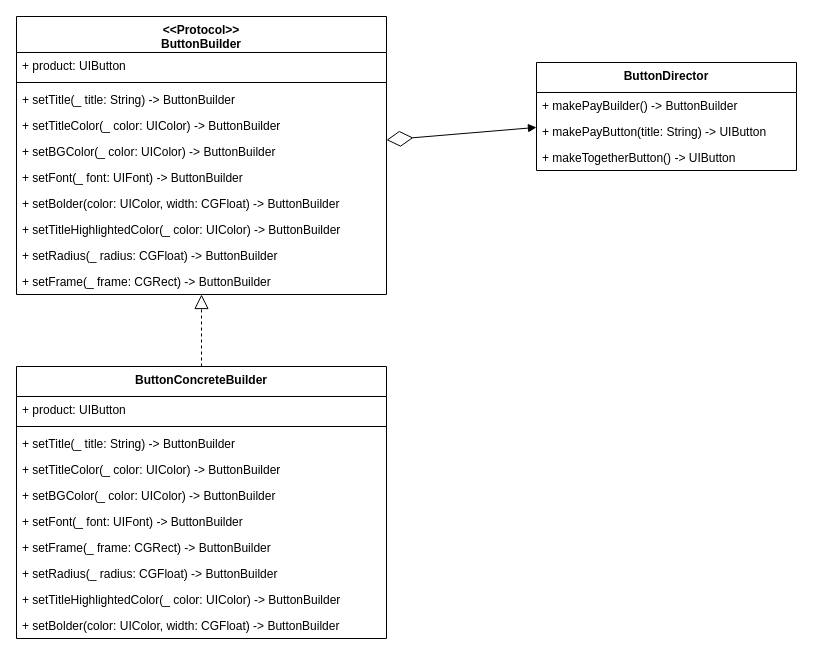
This is Drawio/Builder.drawio from JiSeobKim/DesignPattern, a draw.io file, before an edit. Source tidied: cells renumbered, new cells numbered last; positions are measured from the earlier drawing's top-left corner, leaving out a move shared by most shapes. Both pictures are drawn from the tidied source at 100%, with x=0, y=0 at pixel (16, 16).
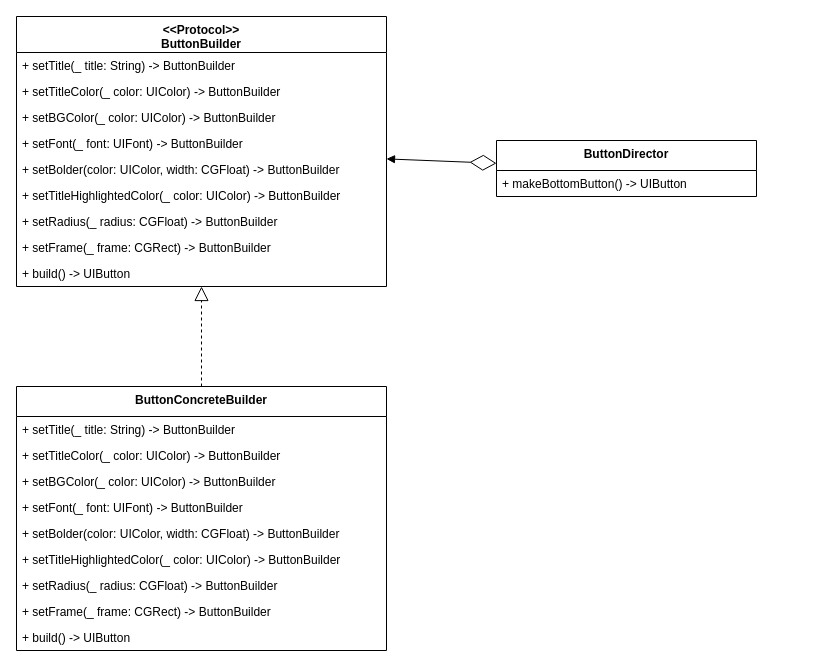
Above is the later version.

Commit message (it also covers changes not shown here):
Builder 프로젝트 수정(포스팅용)

The edit, as a diff of the source:
```diff
@@
-    <mxCell id="3" style="endArrow=diamondThin;endFill=0;endSize=24;html=1;startArrow=block;startFill=1;" parent="1" edge="1" source="4" target="19">
+    <mxCell id="3" style="endArrow=diamondThin;endFill=0;endSize=24;html=1;startArrow=block;startFill=1;" parent="1" edge="1" source="19" target="4">
       <mxGeometry relative="1" as="geometry" />
     </mxCell>
-    <mxCell id="4" value="ButtonDirector" style="swimlane;fontStyle=1;align=center;verticalAlign=top;horizontal=1;startSize=30;" parent="1" vertex="1">
-      <mxGeometry x="520" y="46" width="260" height="108" as="geometry" />
-    </mxCell>
-    <mxCell id="5" value="+ makePayBuilder() -&gt; ButtonBuilder" style="text;strokeColor=none;fillColor=none;align=left;verticalAlign=top;spacingLeft=4;spacingRight=4;overflow=hidden;" parent="4" vertex="1">
-      <mxGeometry y="30" width="260" height="26" as="geometry" />
-    </mxCell>
-    <mxCell id="6" value="+ makePayButton(title: String) -&gt; UIButton" style="text;strokeColor=none;fillColor=none;align=left;verticalAlign=top;spacingLeft=4;spacingRight=4;overflow=hidden;" parent="4" vertex="1">
-      <mxGeometry y="56" width="260" height="26" as="geometry" />
-    </mxCell>
-    <mxCell id="7" value="+ makeTogetherButton() -&gt; UIButton" style="text;strokeColor=none;fillColor=none;align=left;verticalAlign=top;spacingLeft=4;spacingRight=4;overflow=hidden;" parent="4" vertex="1">
-      <mxGeometry y="82" width="260" height="26" as="geometry" />
-    </mxCell>
-    <mxCell id="8" value="ButtonConcreteBuilder" style="swimlane;fontStyle=1;align=center;verticalAlign=top;horizontal=1;startSize=30;" parent="1" vertex="1">
-      <mxGeometry y="350" width="370" height="272" as="geometry" />
-    </mxCell>
-    <mxCell id="9" value="+ product: UIButton" style="text;strokeColor=none;fillColor=none;align=left;verticalAlign=top;spacingLeft=4;spacingRight=4;overflow=hidden;" parent="8" vertex="1">
-      <mxGeometry y="30" width="370" height="26" as="geometry" />
-    </mxCell>
-    <mxCell id="10" style="line;strokeWidth=1;fillColor=none;align=left;verticalAlign=middle;spacingTop=-1;spacingLeft=3;spacingRight=3;labelPosition=right;" parent="8" vertex="1">
-      <mxGeometry y="56" width="370" height="8" as="geometry" />
-    </mxCell>
-    <mxCell id="11" value="+ setTitle(_ title: String) -&gt; ButtonBuilder" style="text;strokeColor=none;fillColor=none;align=left;verticalAlign=top;spacingLeft=4;spacingRight=4;overflow=hidden;" parent="8" vertex="1">
-      <mxGeometry y="64" width="370" height="26" as="geometry" />
-    </mxCell>
-    <mxCell id="12" value="+ setTitleColor(_ color: UIColor) -&gt; ButtonBuilder" style="text;strokeColor=none;fillColor=none;align=left;verticalAlign=top;spacingLeft=4;spacingRight=4;overflow=hidden;" parent="8" vertex="1">
-      <mxGeometry y="90" width="370" height="26" as="geometry" />
-    </mxCell>
-    <mxCell id="13" value="+ setBGColor(_ color: UIColor) -&gt; ButtonBuilder" style="text;strokeColor=none;fillColor=none;align=left;verticalAlign=top;spacingLeft=4;spacingRight=4;overflow=hidden;" parent="8" vertex="1">
-      <mxGeometry y="116" width="370" height="26" as="geometry" />
-    </mxCell>
-    <mxCell id="14" value="+ setFont(_ font: UIFont) -&gt; ButtonBuilder" style="text;strokeColor=none;fillColor=none;align=left;verticalAlign=top;spacingLeft=4;spacingRight=4;overflow=hidden;" parent="8" vertex="1">
-      <mxGeometry y="142" width="370" height="26" as="geometry" />
-    </mxCell>
-    <mxCell id="15" value="+ setFrame(_ frame: CGRect) -&gt; ButtonBuilder" style="text;strokeColor=none;fillColor=none;align=left;verticalAlign=top;spacingLeft=4;spacingRight=4;overflow=hidden;" parent="8" vertex="1">
-      <mxGeometry y="168" width="370" height="26" as="geometry" />
-    </mxCell>
-    <mxCell id="16" value="+ setRadius(_ radius: CGFloat) -&gt; ButtonBuilder" style="text;strokeColor=none;fillColor=none;align=left;verticalAlign=top;spacingLeft=4;spacingRight=4;overflow=hidden;" parent="8" vertex="1">
-      <mxGeometry y="194" width="370" height="26" as="geometry" />
-    </mxCell>
-    <mxCell id="17" value="+ setTitleHighlightedColor(_ color: UIColor) -&gt; ButtonBuilder" style="text;strokeColor=none;fillColor=none;align=left;verticalAlign=top;spacingLeft=4;spacingRight=4;overflow=hidden;" parent="8" vertex="1">
-      <mxGeometry y="220" width="370" height="26" as="geometry" />
-    </mxCell>
-    <mxCell id="18" value="+ setBolder(color: UIColor, width: CGFloat) -&gt; ButtonBuilder" style="text;strokeColor=none;fillColor=none;align=left;verticalAlign=top;spacingLeft=4;spacingRight=4;overflow=hidden;" parent="8" vertex="1">
-      <mxGeometry y="246" width="370" height="26" as="geometry" />
-    </mxCell>
     <mxCell id="19" value="&lt;&lt;Protocol&gt;&gt;&#10;ButtonBuilder" style="swimlane;fontStyle=1;align=center;verticalAlign=top;horizontal=1;startSize=36;" parent="1" vertex="1">
-      <mxGeometry width="370" height="278" as="geometry" />
+      <mxGeometry width="370" height="270" as="geometry" />
     </mxCell>
-    <mxCell id="20" value="+ product: UIButton" style="text;strokeColor=none;fillColor=none;align=left;verticalAlign=top;spacingLeft=4;spacingRight=4;overflow=hidden;" parent="19" vertex="1">
-      <mxGeometry y="36" width="370" height="26" as="geometry" />
-    </mxCell>
-    <mxCell id="21" style="line;strokeWidth=1;fillColor=none;align=left;verticalAlign=middle;spacingTop=-1;spacingLeft=3;spacingRight=3;labelPosition=right;" parent="19" vertex="1">
-      <mxGeometry y="62" width="370" height="8" as="geometry" />
-    </mxCell>
     <mxCell id="22" value="+ setTitle(_ title: String) -&gt; ButtonBuilder" style="text;strokeColor=none;fillColor=none;align=left;verticalAlign=top;spacingLeft=4;spacingRight=4;overflow=hidden;" parent="19" vertex="1">
-      <mxGeometry y="70" width="370" height="26" as="geometry" />
+      <mxGeometry y="36" width="370" height="26" as="geometry" />
     </mxCell>
     <mxCell id="23" value="+ setTitleColor(_ color: UIColor) -&gt; ButtonBuilder" style="text;strokeColor=none;fillColor=none;align=left;verticalAlign=top;spacingLeft=4;spacingRight=4;overflow=hidden;" parent="19" vertex="1">
-      <mxGeometry y="96" width="370" height="26" as="geometry" />
+      <mxGeometry y="62" width="370" height="26" as="geometry" />
     </mxCell>
     <mxCell id="24" value="+ setBGColor(_ color: UIColor) -&gt; ButtonBuilder" style="text;strokeColor=none;fillColor=none;align=left;verticalAlign=top;spacingLeft=4;spacingRight=4;overflow=hidden;" parent="19" vertex="1">
-      <mxGeometry y="122" width="370" height="26" as="geometry" />
+      <mxGeometry y="88" width="370" height="26" as="geometry" />
     </mxCell>
     <mxCell id="25" value="+ setFont(_ font: UIFont) -&gt; ButtonBuilder" style="text;strokeColor=none;fillColor=none;align=left;verticalAlign=top;spacingLeft=4;spacingRight=4;overflow=hidden;" parent="19" vertex="1">
-      <mxGeometry y="148" width="370" height="26" as="geometry" />
+      <mxGeometry y="114" width="370" height="26" as="geometry" />
     </mxCell>
     <mxCell id="26" value="+ setBolder(color: UIColor, width: CGFloat) -&gt; ButtonBuilder" style="text;strokeColor=none;fillColor=none;align=left;verticalAlign=top;spacingLeft=4;spacingRight=4;overflow=hidden;" parent="19" vertex="1">
-      <mxGeometry y="174" width="370" height="26" as="geometry" />
+      <mxGeometry y="140" width="370" height="26" as="geometry" />
     </mxCell>
     <mxCell id="27" value="+ setTitleHighlightedColor(_ color: UIColor) -&gt; ButtonBuilder" style="text;strokeColor=none;fillColor=none;align=left;verticalAlign=top;spacingLeft=4;spacingRight=4;overflow=hidden;" parent="19" vertex="1">
-      <mxGeometry y="200" width="370" height="26" as="geometry" />
+      <mxGeometry y="166" width="370" height="26" as="geometry" />
     </mxCell>
     <mxCell id="28" value="+ setRadius(_ radius: CGFloat) -&gt; ButtonBuilder" style="text;strokeColor=none;fillColor=none;align=left;verticalAlign=top;spacingLeft=4;spacingRight=4;overflow=hidden;" parent="19" vertex="1">
-      <mxGeometry y="226" width="370" height="26" as="geometry" />
+      <mxGeometry y="192" width="370" height="26" as="geometry" />
     </mxCell>
     <mxCell id="29" value="+ setFrame(_ frame: CGRect) -&gt; ButtonBuilder" style="text;strokeColor=none;fillColor=none;align=left;verticalAlign=top;spacingLeft=4;spacingRight=4;overflow=hidden;" parent="19" vertex="1">
-      <mxGeometry y="252" width="370" height="26" as="geometry" />
+      <mxGeometry y="218" width="370" height="26" as="geometry" />
     </mxCell>
+    <mxCell id="30" value="+ build() -&gt; UIButton" style="text;strokeColor=none;fillColor=none;align=left;verticalAlign=top;spacingLeft=4;spacingRight=4;overflow=hidden;" parent="19" vertex="1">
+      <mxGeometry y="244" width="370" height="26" as="geometry" />
+    </mxCell>
+    <mxCell id="8" value="ButtonConcreteBuilder" style="swimlane;fontStyle=1;align=center;verticalAlign=top;horizontal=1;startSize=30;" parent="1" vertex="1">
+      <mxGeometry y="370" width="370" height="264" as="geometry" />
+    </mxCell>
+    <mxCell id="11" value="+ setTitle(_ title: String) -&gt; ButtonBuilder" style="text;strokeColor=none;fillColor=none;align=left;verticalAlign=top;spacingLeft=4;spacingRight=4;overflow=hidden;" parent="8" vertex="1">
+      <mxGeometry y="30" width="370" height="26" as="geometry" />
+    </mxCell>
+    <mxCell id="12" value="+ setTitleColor(_ color: UIColor) -&gt; ButtonBuilder" style="text;strokeColor=none;fillColor=none;align=left;verticalAlign=top;spacingLeft=4;spacingRight=4;overflow=hidden;" parent="8" vertex="1">
+      <mxGeometry y="56" width="370" height="26" as="geometry" />
+    </mxCell>
+    <mxCell id="13" value="+ setBGColor(_ color: UIColor) -&gt; ButtonBuilder" style="text;strokeColor=none;fillColor=none;align=left;verticalAlign=top;spacingLeft=4;spacingRight=4;overflow=hidden;" parent="8" vertex="1">
+      <mxGeometry y="82" width="370" height="26" as="geometry" />
+    </mxCell>
+    <mxCell id="14" value="+ setFont(_ font: UIFont) -&gt; ButtonBuilder" style="text;strokeColor=none;fillColor=none;align=left;verticalAlign=top;spacingLeft=4;spacingRight=4;overflow=hidden;" parent="8" vertex="1">
+      <mxGeometry y="108" width="370" height="26" as="geometry" />
+    </mxCell>
+    <mxCell id="18" value="+ setBolder(color: UIColor, width: CGFloat) -&gt; ButtonBuilder" style="text;strokeColor=none;fillColor=none;align=left;verticalAlign=top;spacingLeft=4;spacingRight=4;overflow=hidden;" parent="8" vertex="1">
+      <mxGeometry y="134" width="370" height="26" as="geometry" />
+    </mxCell>
+    <mxCell id="17" value="+ setTitleHighlightedColor(_ color: UIColor) -&gt; ButtonBuilder" style="text;strokeColor=none;fillColor=none;align=left;verticalAlign=top;spacingLeft=4;spacingRight=4;overflow=hidden;" parent="8" vertex="1">
+      <mxGeometry y="160" width="370" height="26" as="geometry" />
+    </mxCell>
+    <mxCell id="16" value="+ setRadius(_ radius: CGFloat) -&gt; ButtonBuilder" style="text;strokeColor=none;fillColor=none;align=left;verticalAlign=top;spacingLeft=4;spacingRight=4;overflow=hidden;" parent="8" vertex="1">
+      <mxGeometry y="186" width="370" height="26" as="geometry" />
+    </mxCell>
+    <mxCell id="15" value="+ setFrame(_ frame: CGRect) -&gt; ButtonBuilder" style="text;strokeColor=none;fillColor=none;align=left;verticalAlign=top;spacingLeft=4;spacingRight=4;overflow=hidden;" parent="8" vertex="1">
+      <mxGeometry y="212" width="370" height="26" as="geometry" />
+    </mxCell>
+    <mxCell id="31" value="+ build() -&gt; UIButton" style="text;strokeColor=none;fillColor=none;align=left;verticalAlign=top;spacingLeft=4;spacingRight=4;overflow=hidden;" parent="8" vertex="1">
+      <mxGeometry y="238" width="370" height="26" as="geometry" />
+    </mxCell>
+    <mxCell id="4" value="ButtonDirector" style="swimlane;fontStyle=1;align=center;verticalAlign=top;horizontal=1;startSize=30;" parent="1" vertex="1">
+      <mxGeometry x="480" y="124" width="260" height="56" as="geometry" />
+    </mxCell>
+    <mxCell id="5" value="+ makeBottomButton() -&gt; UIButton" style="text;strokeColor=none;fillColor=none;align=left;verticalAlign=top;spacingLeft=4;spacingRight=4;overflow=hidden;" parent="4" vertex="1">
+      <mxGeometry y="30" width="260" height="26" as="geometry" />
+    </mxCell>
```
